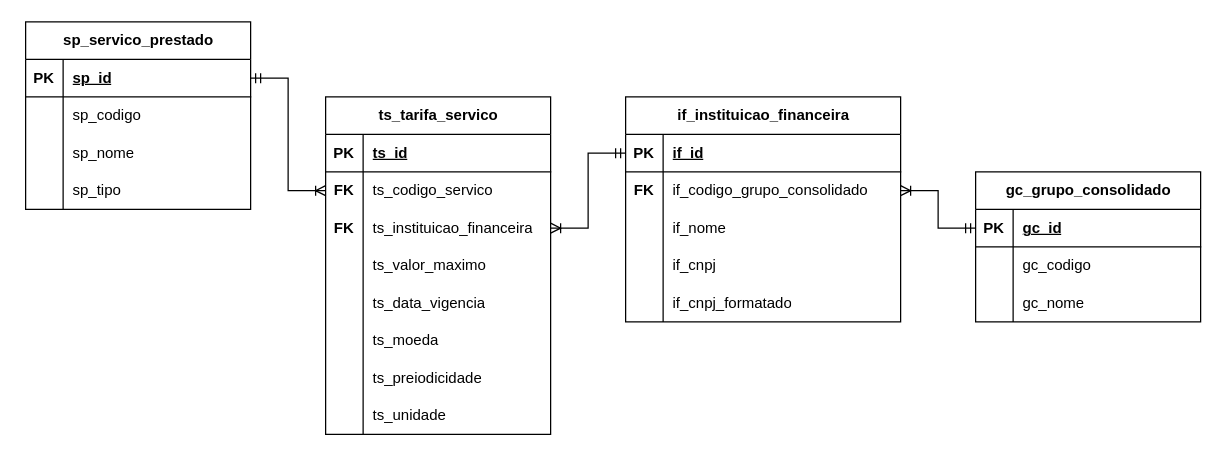
cluster-8/eFinance keeps this draw.io diagram as docs/Untitled Diagram.drawio. Above is the earlier version. Source tidied: cells renumbered, new cells numbered last; positions are measured from the earlier drawing's top-left corner, leaving out a move shared by most shapes. Both pictures are drawn from the tidied source at 125%, with x=0, y=0 at pixel (25, 21).
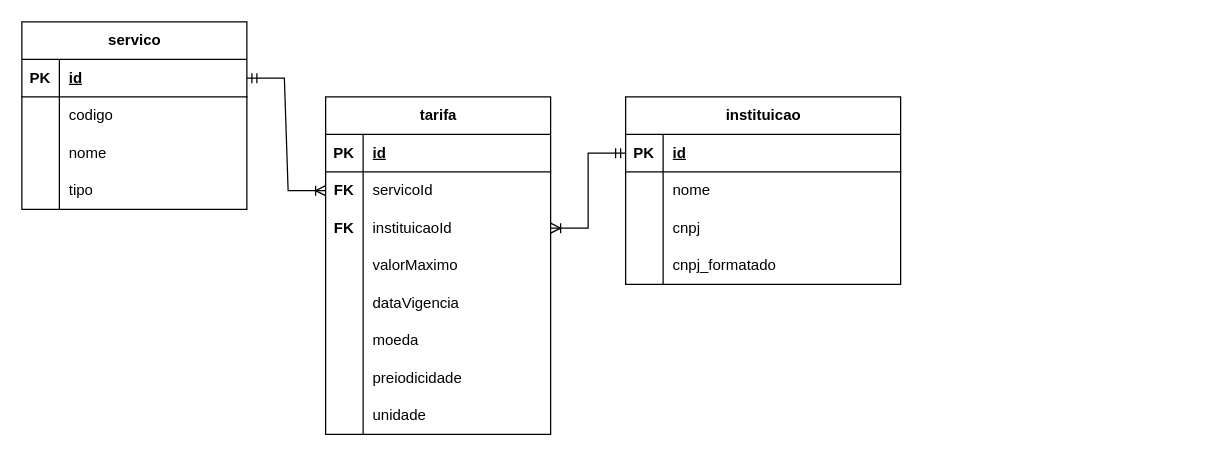
After the change.

The change refers to these unchanged cells:
```xml
<mxCell id="13" style="shape=tableRow;horizontal=0;startSize=0;swimlaneHead=0;swimlaneBody=0;fillColor=none;points=[[0,0.5],[1,0.5]];portConstraint=eastwest;top=0;left=0;right=0;bottom=1;" parent="12" vertex="1">
  <mxGeometry y="30" width="180" height="30" as="geometry" />
</mxCell>
<mxCell id="16" style="shape=tableRow;horizontal=0;startSize=0;swimlaneHead=0;swimlaneBody=0;fillColor=none;top=0;left=0;right=0;bottom=0;" parent="12" vertex="1">
  <mxGeometry y="60" width="180" height="30" as="geometry" />
</mxCell>
<mxCell id="19" style="shape=tableRow;horizontal=0;startSize=0;swimlaneHead=0;swimlaneBody=0;fillColor=none;top=0;left=0;right=0;bottom=0;" parent="12" vertex="1">
  <mxGeometry y="90" width="180" height="30" as="geometry" />
</mxCell>
<mxCell id="22" style="shape=tableRow;horizontal=0;startSize=0;swimlaneHead=0;swimlaneBody=0;fillColor=none;top=0;left=0;right=0;bottom=0;" parent="12" vertex="1">
  <mxGeometry y="120" width="180" height="30" as="geometry" />
</mxCell>
<mxCell id="26" style="shape=tableRow;horizontal=0;startSize=0;swimlaneHead=0;swimlaneBody=0;fillColor=none;points=[[0,0.5],[1,0.5]];portConstraint=eastwest;top=0;left=0;right=0;bottom=1;" parent="25" vertex="1">
  <mxGeometry y="30" width="220" height="30" as="geometry" />
</mxCell>
<mxCell id="42" style="shape=tableRow;horizontal=0;startSize=0;swimlaneHead=0;swimlaneBody=0;fillColor=none;top=0;left=0;right=0;bottom=1;" parent="41" vertex="1">
  <mxGeometry y="30" width="180" height="30" as="geometry" />
</mxCell>
<mxCell id="45" style="shape=tableRow;horizontal=0;startSize=0;swimlaneHead=0;swimlaneBody=0;fillColor=none;points=[[0,0.5],[1,0.5]];portConstraint=eastwest;top=0;left=0;right=0;bottom=0;" parent="41" vertex="1">
  <mxGeometry y="60" width="180" height="30" as="geometry" />
</mxCell>
<mxCell id="48" style="shape=tableRow;horizontal=0;startSize=0;swimlaneHead=0;swimlaneBody=0;fillColor=none;points=[[0,0.5],[1,0.5]];portConstraint=eastwest;top=0;left=0;right=0;bottom=0;" parent="41" vertex="1">
  <mxGeometry y="90" width="180" height="30" as="geometry" />
</mxCell>
<mxCell id="51" style="shape=tableRow;horizontal=0;startSize=0;swimlaneHead=0;swimlaneBody=0;fillColor=none;top=0;left=0;right=0;bottom=0;" parent="41" vertex="1">
  <mxGeometry y="120" width="180" height="30" as="geometry" />
</mxCell>
<mxCell id="54" style="shape=tableRow;horizontal=0;startSize=0;swimlaneHead=0;swimlaneBody=0;fillColor=none;top=0;left=0;right=0;bottom=0;" parent="41" vertex="1">
  <mxGeometry y="150" width="180" height="30" as="geometry" />
</mxCell>
<mxCell id="57" style="shape=tableRow;horizontal=0;startSize=0;swimlaneHead=0;swimlaneBody=0;fillColor=none;top=0;left=0;right=0;bottom=0;" parent="41" vertex="1">
  <mxGeometry y="180" width="180" height="30" as="geometry" />
</mxCell>
<mxCell id="60" style="shape=tableRow;horizontal=0;startSize=0;swimlaneHead=0;swimlaneBody=0;fillColor=none;top=0;left=0;right=0;bottom=0;" parent="41" vertex="1">
  <mxGeometry y="210" width="180" height="30" as="geometry" />
</mxCell>
<mxCell id="63" style="shape=tableRow;horizontal=0;startSize=0;swimlaneHead=0;swimlaneBody=0;fillColor=none;top=0;left=0;right=0;bottom=0;" parent="41" vertex="1">
  <mxGeometry y="240" width="180" height="30" as="geometry" />
</mxCell>
```

Change to the diagram source:
```diff
@@
-    <mxCell id="2" value="gc_grupo_consolidado" style="shape=table;startSize=30;childLayout=tableLayout;rowLines=0;fontStyle=1;align=center;html=1;" parent="1" vertex="1">
-      <mxGeometry x="760" y="120" width="180" height="120" as="geometry" />
-    </mxCell>
-    <mxCell id="3" style="shape=tableRow;horizontal=0;startSize=0;swimlaneHead=0;swimlaneBody=0;fillColor=none;points=[[0,0.5],[1,0.5]];portConstraint=eastwest;top=0;left=0;right=0;bottom=1;" parent="2" vertex="1">
-      <mxGeometry y="30" width="180" height="30" as="geometry" />
-    </mxCell>
-    <mxCell id="4" value="PK" style="shape=partialRectangle;fillColor=none;top=0;left=0;bottom=0;right=0;fontStyle=1;overflow=hidden;whiteSpace=wrap;html=1;" parent="3" vertex="1">
-      <mxGeometry width="30" height="30" as="geometry" />
-    </mxCell>
-    <mxCell id="5" value="gc_id" style="shape=partialRectangle;fillColor=none;top=0;left=0;bottom=0;right=0;align=left;spacingLeft=6;fontStyle=5;overflow=hidden;whiteSpace=wrap;html=1;" parent="3" vertex="1">
-      <mxGeometry x="30" width="150" height="30" as="geometry" />
-    </mxCell>
-    <mxCell id="6" style="shape=tableRow;horizontal=0;startSize=0;swimlaneHead=0;swimlaneBody=0;fillColor=none;top=0;left=0;right=0;bottom=0;" parent="2" vertex="1">
-      <mxGeometry y="60" width="180" height="30" as="geometry" />
-    </mxCell>
-    <mxCell id="7" style="shape=partialRectangle;fillColor=none;top=0;left=0;bottom=0;right=0;overflow=hidden;whiteSpace=wrap;html=1;" parent="6" vertex="1">
-      <mxGeometry width="30" height="30" as="geometry" />
-    </mxCell>
-    <mxCell id="8" value="&lt;div&gt;gc_codigo&lt;/div&gt;" style="shape=partialRectangle;fillColor=none;top=0;left=0;bottom=0;right=0;align=left;spacingLeft=6;overflow=hidden;whiteSpace=wrap;html=1;" parent="6" vertex="1">
-      <mxGeometry x="30" width="150" height="30" as="geometry" />
-    </mxCell>
-    <mxCell id="9" style="shape=tableRow;horizontal=0;startSize=0;swimlaneHead=0;swimlaneBody=0;fillColor=none;top=0;left=0;right=0;bottom=0;" parent="2" vertex="1">
-      <mxGeometry y="90" width="180" height="30" as="geometry" />
-    </mxCell>
-    <mxCell id="10" style="shape=partialRectangle;fillColor=none;top=0;left=0;bottom=0;right=0;overflow=hidden;whiteSpace=wrap;html=1;" parent="9" vertex="1">
-      <mxGeometry width="30" height="30" as="geometry" />
-    </mxCell>
-    <mxCell id="11" value="gc_nome" style="shape=partialRectangle;fillColor=none;top=0;left=0;bottom=0;right=0;align=left;spacingLeft=6;overflow=hidden;whiteSpace=wrap;html=1;" parent="9" vertex="1">
-      <mxGeometry x="30" width="150" height="30" as="geometry" />
-    </mxCell>
-    <mxCell id="12" value="sp_servico_prestado" style="shape=table;startSize=30;childLayout=tableLayout;rowLines=0;fontStyle=1;align=center;html=1;" parent="1" vertex="1">
-      <mxGeometry width="180" height="150" as="geometry" />
+    <mxCell id="12" value="servico" style="shape=table;startSize=30;childLayout=tableLayout;rowLines=0;fontStyle=1;align=center;html=1;" parent="1" vertex="1">
+      <mxGeometry x="-3" width="180" height="150" as="geometry" />
     </mxCell>
@@
-    <mxCell id="15" value="sp_id" style="shape=partialRectangle;fillColor=none;top=0;left=0;bottom=0;right=0;align=left;spacingLeft=6;fontStyle=5;overflow=hidden;whiteSpace=wrap;html=1;" parent="13" vertex="1">
+    <mxCell id="15" value="id" style="shape=partialRectangle;fillColor=none;top=0;left=0;bottom=0;right=0;align=left;spacingLeft=6;fontStyle=5;overflow=hidden;whiteSpace=wrap;html=1;" parent="13" vertex="1">
       <mxGeometry x="30" width="150" height="30" as="geometry" />
     </mxCell>
@@
-    <mxCell id="18" value="sp_codigo" style="shape=partialRectangle;fillColor=none;top=0;left=0;bottom=0;right=0;align=left;spacingLeft=6;overflow=hidden;whiteSpace=wrap;html=1;" parent="16" vertex="1">
+    <mxCell id="18" value="codigo" style="shape=partialRectangle;fillColor=none;top=0;left=0;bottom=0;right=0;align=left;spacingLeft=6;overflow=hidden;whiteSpace=wrap;html=1;" parent="16" vertex="1">
       <mxGeometry x="30" width="150" height="30" as="geometry" />
     </mxCell>
@@
-    <mxCell id="21" value="&lt;div&gt;sp_nome&lt;/div&gt;" style="shape=partialRectangle;fillColor=none;top=0;left=0;bottom=0;right=0;align=left;spacingLeft=6;overflow=hidden;whiteSpace=wrap;html=1;" parent="19" vertex="1">
+    <mxCell id="21" value="&lt;div&gt;nome&lt;/div&gt;" style="shape=partialRectangle;fillColor=none;top=0;left=0;bottom=0;right=0;align=left;spacingLeft=6;overflow=hidden;whiteSpace=wrap;html=1;" parent="19" vertex="1">
       <mxGeometry x="30" width="150" height="30" as="geometry" />
     </mxCell>
@@
-    <mxCell id="24" value="sp_tipo" style="shape=partialRectangle;fillColor=none;top=0;left=0;bottom=0;right=0;align=left;spacingLeft=6;overflow=hidden;whiteSpace=wrap;html=1;" parent="22" vertex="1">
+    <mxCell id="24" value="tipo" style="shape=partialRectangle;fillColor=none;top=0;left=0;bottom=0;right=0;align=left;spacingLeft=6;overflow=hidden;whiteSpace=wrap;html=1;" parent="22" vertex="1">
       <mxGeometry x="30" width="150" height="30" as="geometry" />
     </mxCell>
-    <mxCell id="25" value="if_instituicao_financeira" style="shape=table;startSize=30;childLayout=tableLayout;rowLines=0;fontStyle=1;align=center;html=1;" parent="1" vertex="1">
-      <mxGeometry x="480" y="60" width="220" height="180" as="geometry" />
+    <mxCell id="25" value="instituicao" style="shape=table;startSize=30;childLayout=tableLayout;rowLines=0;fontStyle=1;align=center;html=1;" parent="1" vertex="1">
+      <mxGeometry x="480" y="60" width="220" height="150" as="geometry" />
     </mxCell>
@@
-    <mxCell id="28" value="if_id" style="shape=partialRectangle;fillColor=none;top=0;left=0;bottom=0;right=0;align=left;spacingLeft=6;fontStyle=5;overflow=hidden;whiteSpace=wrap;html=1;" parent="26" vertex="1">
+    <mxCell id="28" value="id" style="shape=partialRectangle;fillColor=none;top=0;left=0;bottom=0;right=0;align=left;spacingLeft=6;fontStyle=5;overflow=hidden;whiteSpace=wrap;html=1;" parent="26" vertex="1">
       <mxGeometry x="30" width="190" height="30" as="geometry" />
     </mxCell>
-    <mxCell id="29" style="shape=tableRow;horizontal=0;startSize=0;swimlaneHead=0;swimlaneBody=0;fillColor=none;points=[[0,0.5],[1,0.5]];portConstraint=eastwest;top=0;left=0;right=0;bottom=0;" parent="25" vertex="1">
-      <mxGeometry y="60" width="220" height="30" as="geometry" />
-    </mxCell>
-    <mxCell id="30" value="&lt;b&gt;FK&lt;/b&gt;" style="shape=partialRectangle;fillColor=none;top=0;left=0;bottom=0;right=0;overflow=hidden;whiteSpace=wrap;html=1;" parent="29" vertex="1">
-      <mxGeometry width="30" height="30" as="geometry" />
-    </mxCell>
-    <mxCell id="31" value="if_codigo_grupo_consolidado" style="shape=partialRectangle;fillColor=none;top=0;left=0;bottom=0;right=0;align=left;spacingLeft=6;overflow=hidden;whiteSpace=wrap;html=1;" parent="29" vertex="1">
-      <mxGeometry x="30" width="190" height="30" as="geometry" />
-    </mxCell>
     <mxCell id="32" style="shape=tableRow;horizontal=0;startSize=0;swimlaneHead=0;swimlaneBody=0;fillColor=none;top=0;left=0;right=0;bottom=0;" parent="25" vertex="1">
-      <mxGeometry y="90" width="220" height="30" as="geometry" />
+      <mxGeometry y="60" width="220" height="30" as="geometry" />
     </mxCell>
@@
-    <mxCell id="34" value="if_nome" style="shape=partialRectangle;fillColor=none;top=0;left=0;bottom=0;right=0;align=left;spacingLeft=6;overflow=hidden;whiteSpace=wrap;html=1;" parent="32" vertex="1">
+    <mxCell id="34" value="&lt;div&gt;nome&lt;/div&gt;" style="shape=partialRectangle;fillColor=none;top=0;left=0;bottom=0;right=0;align=left;spacingLeft=6;overflow=hidden;whiteSpace=wrap;html=1;" parent="32" vertex="1">
       <mxGeometry x="30" width="190" height="30" as="geometry" />
     </mxCell>
     <mxCell id="35" style="shape=tableRow;horizontal=0;startSize=0;swimlaneHead=0;swimlaneBody=0;fillColor=none;top=0;left=0;right=0;bottom=0;" parent="25" vertex="1">
-      <mxGeometry y="120" width="220" height="30" as="geometry" />
+      <mxGeometry y="90" width="220" height="30" as="geometry" />
     </mxCell>
@@
-    <mxCell id="37" value="&lt;div&gt;if_cnpj&lt;/div&gt;" style="shape=partialRectangle;fillColor=none;top=0;left=0;bottom=0;right=0;align=left;spacingLeft=6;overflow=hidden;whiteSpace=wrap;html=1;" parent="35" vertex="1">
+    <mxCell id="37" value="&lt;div&gt;cnpj&lt;/div&gt;" style="shape=partialRectangle;fillColor=none;top=0;left=0;bottom=0;right=0;align=left;spacingLeft=6;overflow=hidden;whiteSpace=wrap;html=1;" parent="35" vertex="1">
       <mxGeometry x="30" width="190" height="30" as="geometry" />
     </mxCell>
     <mxCell id="38" style="shape=tableRow;horizontal=0;startSize=0;swimlaneHead=0;swimlaneBody=0;fillColor=none;top=0;left=0;right=0;bottom=0;" parent="25" vertex="1">
-      <mxGeometry y="150" width="220" height="30" as="geometry" />
+      <mxGeometry y="120" width="220" height="30" as="geometry" />
     </mxCell>
@@
-    <mxCell id="40" value="&lt;div&gt;if_cnpj_formatado&lt;/div&gt;" style="shape=partialRectangle;fillColor=none;top=0;left=0;bottom=0;right=0;align=left;spacingLeft=6;overflow=hidden;whiteSpace=wrap;html=1;" parent="38" vertex="1">
+    <mxCell id="40" value="&lt;div&gt;cnpj_formatado&lt;/div&gt;" style="shape=partialRectangle;fillColor=none;top=0;left=0;bottom=0;right=0;align=left;spacingLeft=6;overflow=hidden;whiteSpace=wrap;html=1;" parent="38" vertex="1">
       <mxGeometry x="30" width="190" height="30" as="geometry" />
     </mxCell>
-    <mxCell id="41" value="ts_tarifa_servico" style="shape=table;startSize=30;childLayout=tableLayout;rowLines=0;fontStyle=1;align=center;html=1;" parent="1" vertex="1">
+    <mxCell id="41" value="tarifa" style="shape=table;startSize=30;childLayout=tableLayout;rowLines=0;fontStyle=1;align=center;html=1;" parent="1" vertex="1">
       <mxGeometry x="240" y="60" width="180" height="270" as="geometry" />
     </mxCell>
@@
-    <mxCell id="44" value="ts_id" style="shape=partialRectangle;fillColor=none;top=0;left=0;bottom=0;right=0;align=left;spacingLeft=6;fontStyle=5;overflow=hidden;whiteSpace=wrap;html=1;" parent="42" vertex="1">
+    <mxCell id="44" value="id" style="shape=partialRectangle;fillColor=none;top=0;left=0;bottom=0;right=0;align=left;spacingLeft=6;fontStyle=5;overflow=hidden;whiteSpace=wrap;html=1;" parent="42" vertex="1">
       <mxGeometry x="30" width="150" height="30" as="geometry" />
     </mxCell>
@@
-    <mxCell id="47" value="ts_codigo_servico" style="shape=partialRectangle;fillColor=none;top=0;left=0;bottom=0;right=0;align=left;spacingLeft=6;overflow=hidden;whiteSpace=wrap;html=1;" parent="45" vertex="1">
+    <mxCell id="47" value="servicoId" style="shape=partialRectangle;fillColor=none;top=0;left=0;bottom=0;right=0;align=left;spacingLeft=6;overflow=hidden;whiteSpace=wrap;html=1;" parent="45" vertex="1">
       <mxGeometry x="30" width="150" height="30" as="geometry" />
     </mxCell>
@@
-    <mxCell id="50" value="ts_instituicao_financeira" style="shape=partialRectangle;fillColor=none;top=0;left=0;bottom=0;right=0;align=left;spacingLeft=6;overflow=hidden;whiteSpace=wrap;html=1;" parent="48" vertex="1">
+    <mxCell id="50" value="instituicaoId" style="shape=partialRectangle;fillColor=none;top=0;left=0;bottom=0;right=0;align=left;spacingLeft=6;overflow=hidden;whiteSpace=wrap;html=1;" parent="48" vertex="1">
       <mxGeometry x="30" width="150" height="30" as="geometry" />
     </mxCell>
@@
-    <mxCell id="53" value="ts_valor_maximo" style="shape=partialRectangle;fillColor=none;top=0;left=0;bottom=0;right=0;align=left;spacingLeft=6;overflow=hidden;whiteSpace=wrap;html=1;" parent="51" vertex="1">
+    <mxCell id="53" value="valorMaximo" style="shape=partialRectangle;fillColor=none;top=0;left=0;bottom=0;right=0;align=left;spacingLeft=6;overflow=hidden;whiteSpace=wrap;html=1;" parent="51" vertex="1">
       <mxGeometry x="30" width="150" height="30" as="geometry" />
     </mxCell>
@@
-    <mxCell id="56" value="ts_data_vigencia" style="shape=partialRectangle;fillColor=none;top=0;left=0;bottom=0;right=0;align=left;spacingLeft=6;overflow=hidden;whiteSpace=wrap;html=1;" parent="54" vertex="1">
+    <mxCell id="56" value="dataVigencia" style="shape=partialRectangle;fillColor=none;top=0;left=0;bottom=0;right=0;align=left;spacingLeft=6;overflow=hidden;whiteSpace=wrap;html=1;" parent="54" vertex="1">
       <mxGeometry x="30" width="150" height="30" as="geometry" />
     </mxCell>
@@
-    <mxCell id="59" value="ts_moeda" style="shape=partialRectangle;fillColor=none;top=0;left=0;bottom=0;right=0;align=left;spacingLeft=6;overflow=hidden;whiteSpace=wrap;html=1;" parent="57" vertex="1">
+    <mxCell id="59" value="moeda" style="shape=partialRectangle;fillColor=none;top=0;left=0;bottom=0;right=0;align=left;spacingLeft=6;overflow=hidden;whiteSpace=wrap;html=1;" parent="57" vertex="1">
       <mxGeometry x="30" width="150" height="30" as="geometry" />
     </mxCell>
@@
-    <mxCell id="62" value="ts_preiodicidade" style="shape=partialRectangle;fillColor=none;top=0;left=0;bottom=0;right=0;align=left;spacingLeft=6;overflow=hidden;whiteSpace=wrap;html=1;" parent="60" vertex="1">
+    <mxCell id="62" value="preiodicidade" style="shape=partialRectangle;fillColor=none;top=0;left=0;bottom=0;right=0;align=left;spacingLeft=6;overflow=hidden;whiteSpace=wrap;html=1;" parent="60" vertex="1">
       <mxGeometry x="30" width="150" height="30" as="geometry" />
     </mxCell>
@@
-    <mxCell id="65" value="ts_unidade" style="shape=partialRectangle;fillColor=none;top=0;left=0;bottom=0;right=0;align=left;spacingLeft=6;overflow=hidden;whiteSpace=wrap;html=1;" parent="63" vertex="1">
+    <mxCell id="65" value="unidade" style="shape=partialRectangle;fillColor=none;top=0;left=0;bottom=0;right=0;align=left;spacingLeft=6;overflow=hidden;whiteSpace=wrap;html=1;" parent="63" vertex="1">
       <mxGeometry x="30" width="150" height="30" as="geometry" />
     </mxCell>
@@
-    <mxCell id="68" style="edgeStyle=entityRelationEdgeStyle;fontSize=12;html=1;endArrow=ERoneToMany;startArrow=ERmandOne;rounded=0;exitX=0;exitY=0.5;exitDx=0;exitDy=0;entryX=1;entryY=0.5;entryDx=0;entryDy=0;" parent="1" edge="1" source="3" target="29">
-      <mxGeometry relative="1" as="geometry" />
-    </mxCell>
```
